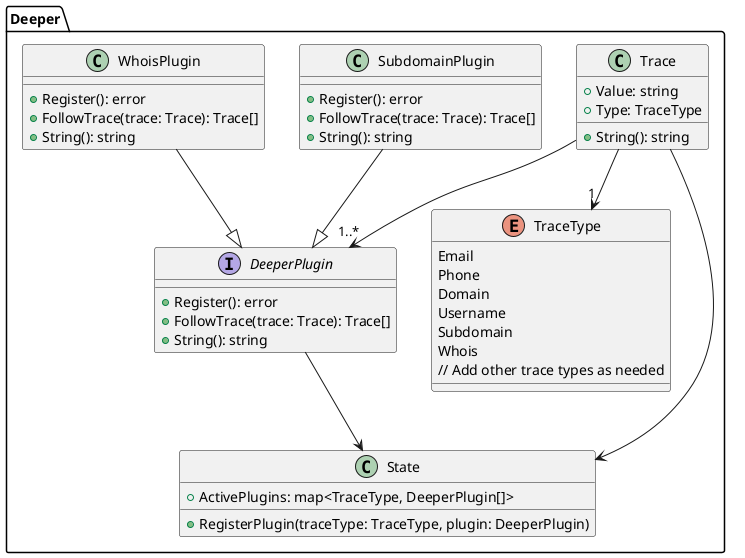
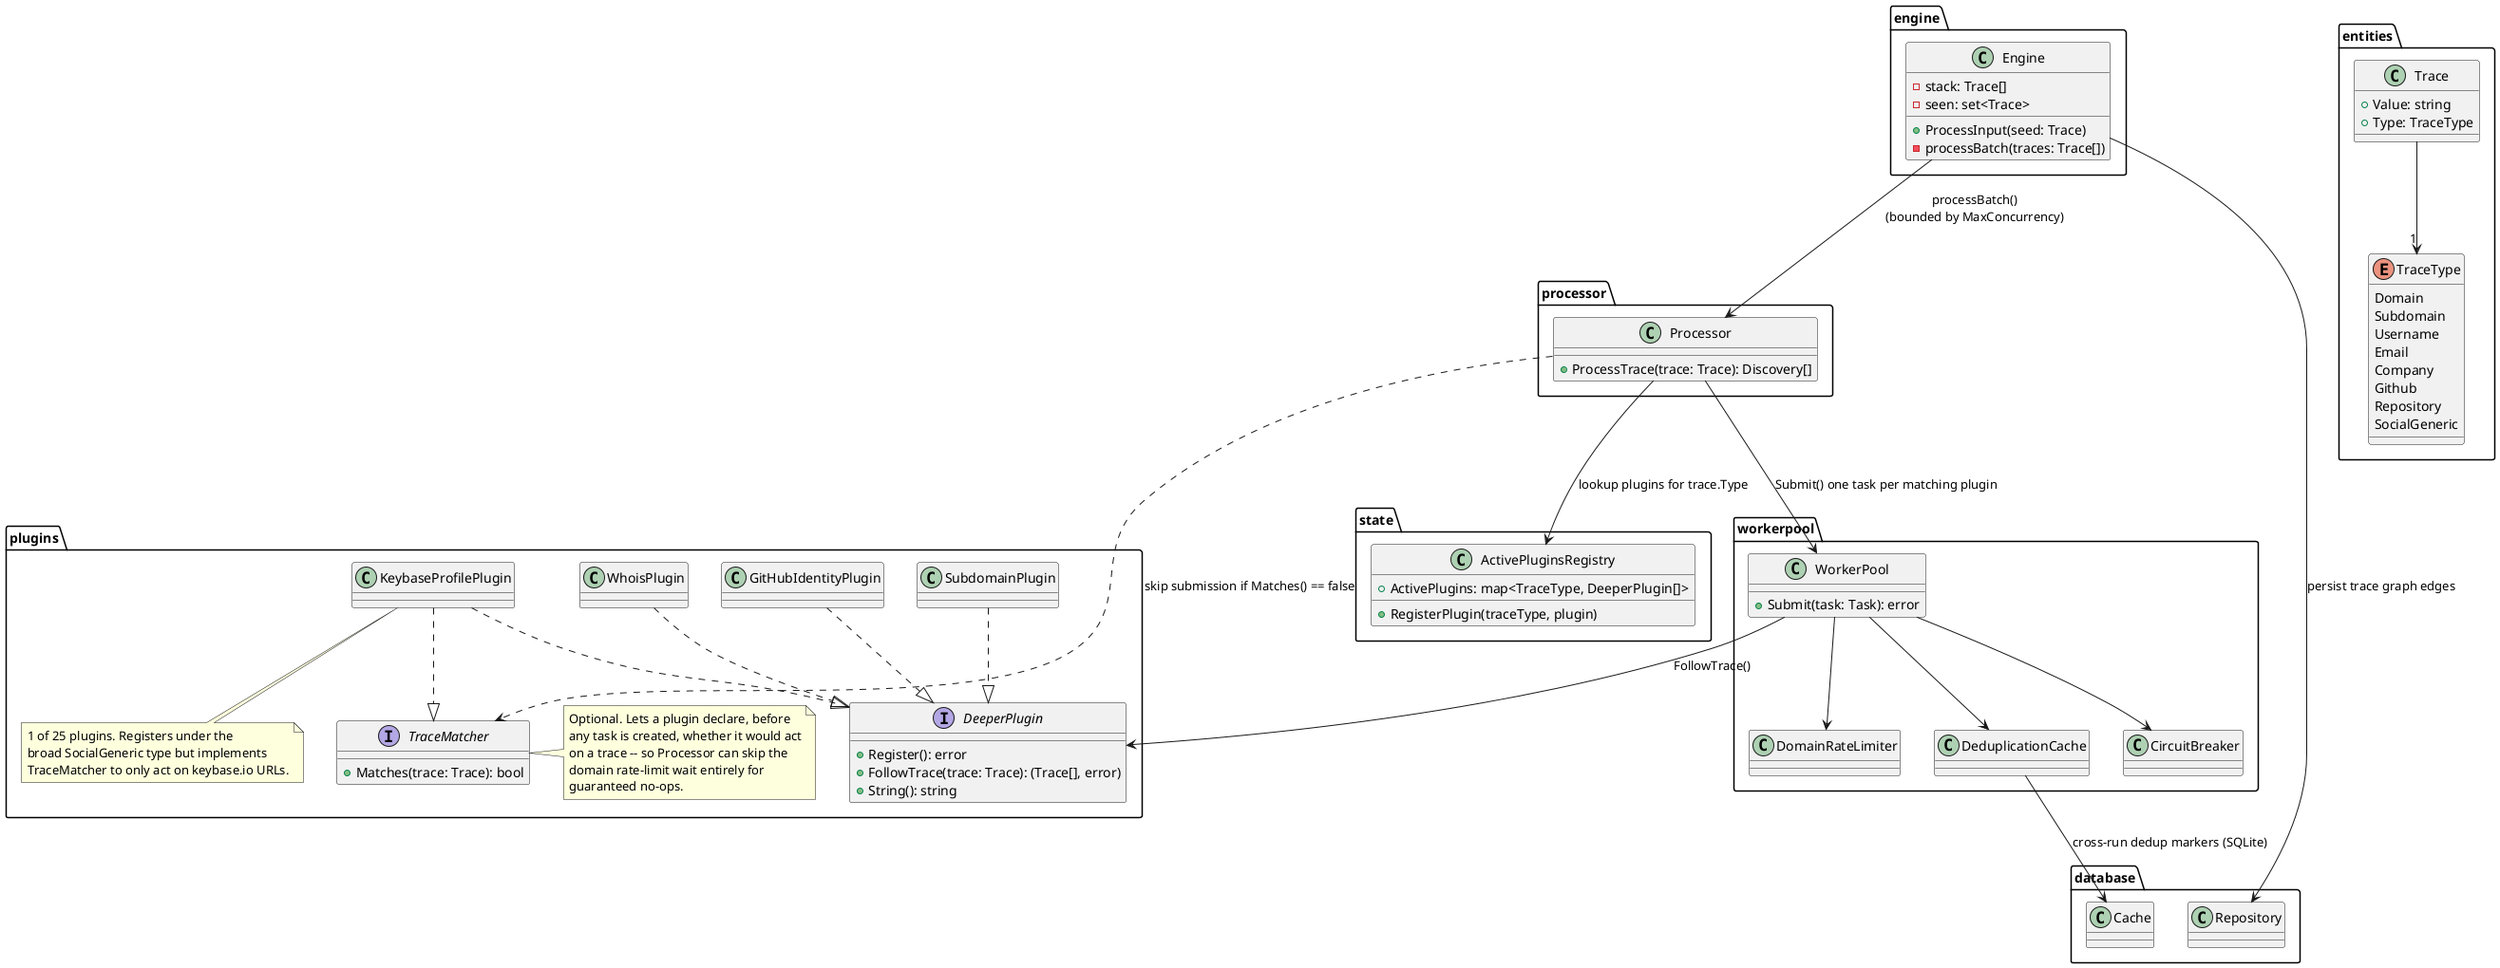
@startuml Architecture

- package "Deeper" {
- 
+ package "entities" {
    class Trace {
        +Value: string
        +Type: TraceType
+     }
+ 
+     enum TraceType {
+         Domain
+         Subdomain
+         Username
+         Email
+         Company
+         Github
+         Repository
+         SocialGeneric
+         ' ~60 total trace types
+     }
+ 
+     Trace --> "1" TraceType
+ }
+ 
+ package "plugins" {
+     interface DeeperPlugin {
+         +Register(): error
+         +FollowTrace(trace: Trace): (Trace[], error)
        +String(): string
    }

-     enum TraceType {
-         Email
-         Phone
-         Domain
-         Username
-         Subdomain
-         Whois
-         // Add other trace types as needed
+     interface TraceMatcher {
+         +Matches(trace: Trace): bool
    }

-     interface DeeperPlugin {
-         +Register(): error
-         +FollowTrace(trace: Trace): Trace[]
-         +String(): string
-     }
+     note right of TraceMatcher
+         Optional. Lets a plugin declare, before
+         any task is created, whether it would act
+         on a trace -- so Processor can skip the
+         domain rate-limit wait entirely for
+         guaranteed no-ops.
+     end note

-     class SubdomainPlugin {
-         +Register(): error
-         +FollowTrace(trace: Trace): Trace[]
-         +String(): string
-     }
+     class WhoisPlugin
+     class SubdomainPlugin
+     class GitHubIdentityPlugin
+     class KeybaseProfilePlugin

-     class WhoisPlugin {
-         +Register(): error
-         +FollowTrace(trace: Trace): Trace[]
-         +String(): string
-     }
+     note bottom of KeybaseProfilePlugin
+         1 of 25 plugins. Registers under the
+         broad SocialGeneric type but implements
+         TraceMatcher to only act on keybase.io URLs.
+     end note

-     SubdomainPlugin --|> DeeperPlugin
-     WhoisPlugin --|> DeeperPlugin
- 
-     Trace --> "1" TraceType
-     Trace --> "1..*" DeeperPlugin
- 
-     class State {
-         +ActivePlugins: map<TraceType, DeeperPlugin[]>
-         +RegisterPlugin(traceType: TraceType, plugin: DeeperPlugin)
-     }
- 
-     Trace --> State
-     DeeperPlugin --> State
+     WhoisPlugin ..|> DeeperPlugin
+     SubdomainPlugin ..|> DeeperPlugin
+     GitHubIdentityPlugin ..|> DeeperPlugin
+     KeybaseProfilePlugin ..|> DeeperPlugin
+     KeybaseProfilePlugin ..|> TraceMatcher
}

+ package "state" {
+     class ActivePluginsRegistry {
+         +ActivePlugins: map<TraceType, DeeperPlugin[]>
+         +RegisterPlugin(traceType, plugin)
+     }
+ }
+ 
+ package "engine" {
+     class Engine {
+         -stack: Trace[]
+         -seen: set<Trace>
+         +ProcessInput(seed: Trace)
+         -processBatch(traces: Trace[])
+     }
+ }
+ 
+ package "processor" {
+     class Processor {
+         +ProcessTrace(trace: Trace): Discovery[]
+     }
+ }
+ 
+ package "workerpool" {
+     class WorkerPool {
+         +Submit(task: Task): error
+     }
+     class DomainRateLimiter
+     class DeduplicationCache
+     class CircuitBreaker
+ 
+     WorkerPool --> DomainRateLimiter
+     WorkerPool --> DeduplicationCache
+     WorkerPool --> CircuitBreaker
+ }
+ 
+ package "database" {
+     class Repository
+     class Cache
+ }
+ 
+ Engine --> Processor : processBatch()\n(bounded by MaxConcurrency)
+ Processor --> ActivePluginsRegistry : lookup plugins for trace.Type
+ Processor ..> TraceMatcher : skip submission if Matches() == false
+ Processor --> WorkerPool : Submit() one task per matching plugin
+ WorkerPool --> DeeperPlugin : FollowTrace()
+ Engine --> Repository : persist trace graph edges
+ DeduplicationCache --> Cache : cross-run dedup markers (SQLite)
+ 
@enduml
